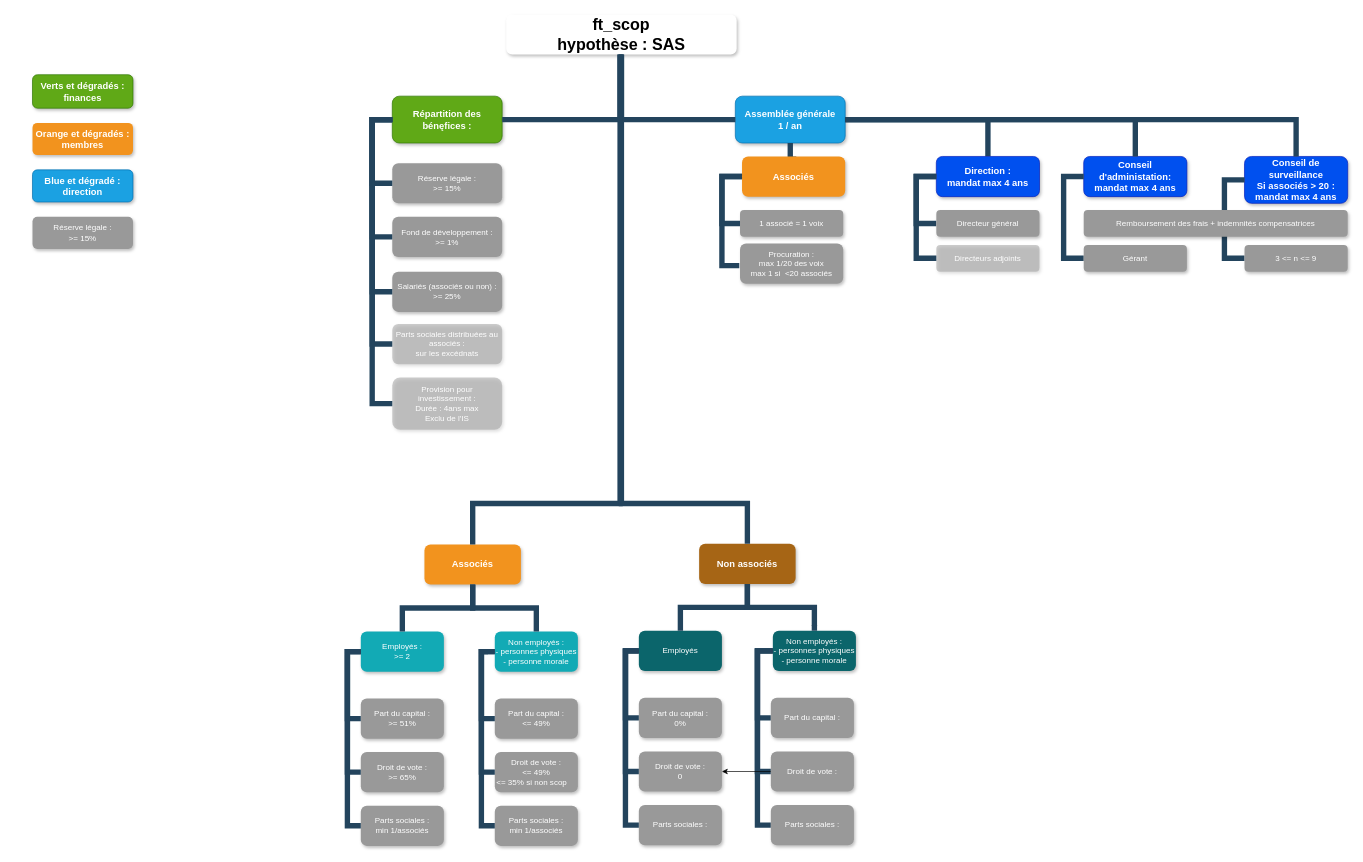
The draw.io diagram ft_scop.drawio in heblah/ft_scop, before the edit. Source tidied: cells renumbered, new cells numbered last; positions are measured from the earlier drawing's top-left corner, leaving out a move shared by most shapes. Both pictures are drawn from the tidied source at 67%, with x=0, y=0 at pixel (32, 14).
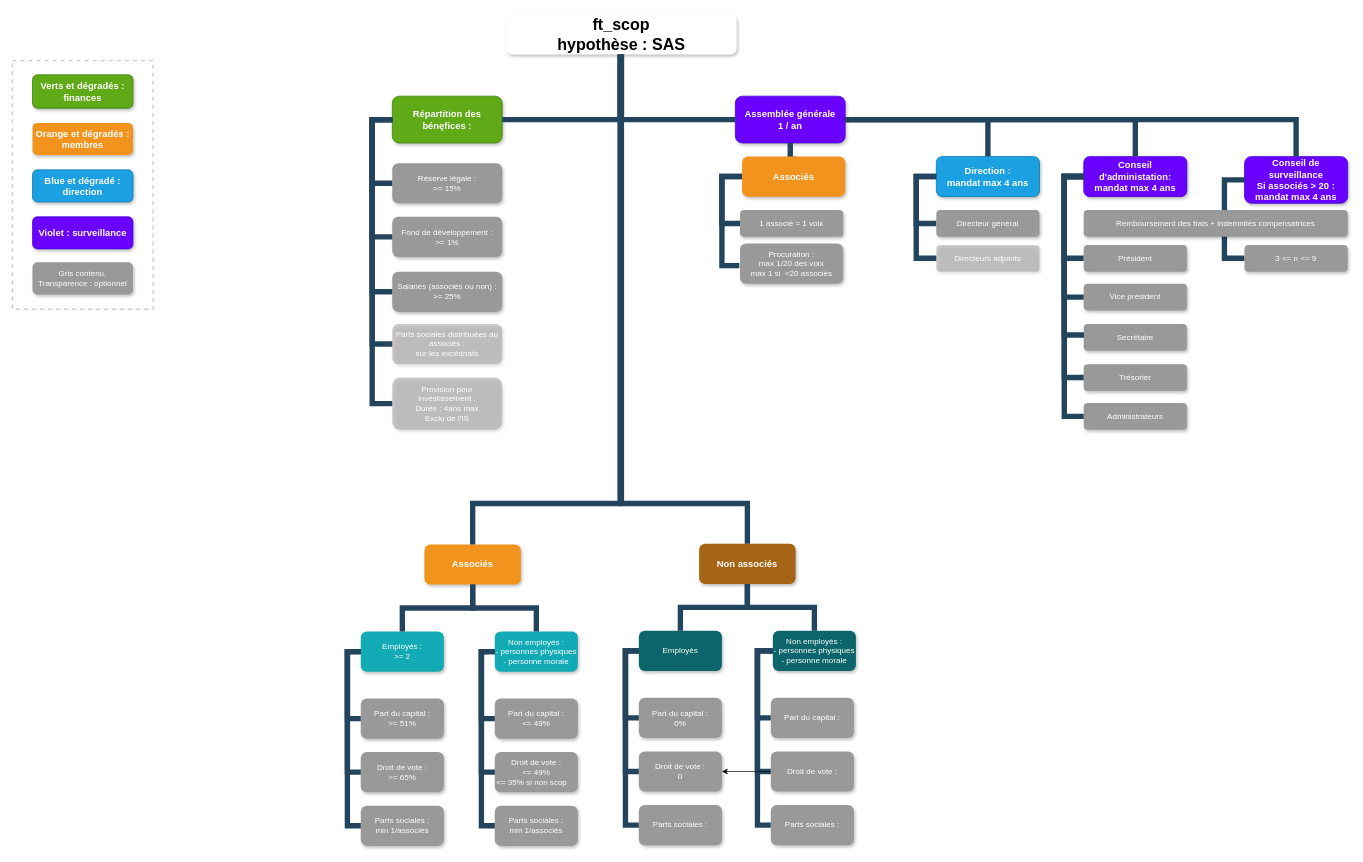
After the change.

The edit, as a diff of the source:
```diff
@@
-    <mxCell id="41" value="Assemblée générale&#10;1 / an" style="whiteSpace=wrap;rounded=1;fillColor=#1ba1e2;strokeColor=#006EAF;shadow=1;fontColor=#ffffff;fontStyle=1;fontSize=14;" parent="1" vertex="1">
+    <mxCell id="41" value="Assemblée générale&#10;1 / an" style="whiteSpace=wrap;rounded=1;fillColor=#6a00ff;strokeColor=#3700CC;shadow=1;fontColor=#ffffff;fontStyle=1;fontSize=14;" parent="1" vertex="1">
       <mxGeometry x="1049" y="122" width="164" height="70" as="geometry" />
     </mxCell>
@@
-    <mxCell id="50" value="Direction :&#10;mandat max 4 ans" style="whiteSpace=wrap;rounded=1;fillColor=#0050ef;strokeColor=#001DBC;shadow=1;fontColor=#ffffff;fontStyle=1;fontSize=14;" parent="1" vertex="1">
+    <mxCell id="50" value="Direction :&#10;mandat max 4 ans" style="whiteSpace=wrap;rounded=1;fillColor=#1ba1e2;strokeColor=#006EAF;shadow=1;fontColor=#ffffff;fontStyle=1;fontSize=14;" parent="1" vertex="1">
       <mxGeometry x="1349" y="212" width="154" height="60" as="geometry" />
     </mxCell>
@@
-    <mxCell id="53" value="Conseil d'administation:&#10;mandat max 4 ans" style="whiteSpace=wrap;rounded=1;fillColor=#0050ef;strokeColor=#001DBC;shadow=1;fontColor=#ffffff;fontStyle=1;fontSize=14;" parent="1" vertex="1">
+    <mxCell id="53" value="Conseil d'administation:&#10;mandat max 4 ans" style="whiteSpace=wrap;rounded=1;fillColor=#6a00ff;strokeColor=#3700CC;shadow=1;fontColor=#ffffff;fontStyle=1;fontSize=14;" parent="1" vertex="1">
       <mxGeometry x="1569" y="212" width="154" height="60" as="geometry" />
     </mxCell>
     <mxCell id="54" style="edgeStyle=elbowEdgeStyle;elbow=vertical;rounded=0;fontColor=#000000;endArrow=none;endFill=0;strokeWidth=8;strokeColor=#23445D;exitX=0;exitY=0.5;exitDx=0;exitDy=0;entryX=0;entryY=0.5;entryDx=0;entryDy=0;" parent="1" edge="1" source="53" target="55">
       <mxGeometry relative="1" as="geometry">
         <Array as="points">
-          <mxPoint x="1539" y="242" />
+          <mxPoint x="1540" y="300" />
           <mxPoint x="1463" y="285.5" />
           <mxPoint x="1443" y="325.5" />
           <mxPoint x="1583" y="378.5" />
         </Array>
       </mxGeometry>
     </mxCell>
-    <mxCell id="55" value="Gérant" style="whiteSpace=wrap;rounded=1;fillColor=#999999;strokeColor=none;shadow=1;fontColor=#FFFFFF;fontStyle=0;" parent="1" vertex="1">
+    <mxCell id="55" value="Président" style="whiteSpace=wrap;rounded=1;fillColor=#999999;strokeColor=none;shadow=1;fontColor=#FFFFFF;fontStyle=0;" parent="1" vertex="1">
       <mxGeometry x="1569" y="344" width="154" height="40" as="geometry" />
     </mxCell>
@@
-    <mxCell id="57" value="Conseil de surveillance&#10;Si associés &gt; 20 :&#10;mandat max 4 ans" style="whiteSpace=wrap;rounded=1;fillColor=#0050ef;strokeColor=#001DBC;shadow=1;fontColor=#ffffff;fontStyle=1;fontSize=14;" parent="1" vertex="1">
+    <mxCell id="57" value="Conseil de surveillance&#10;Si associés &gt; 20 :&#10;mandat max 4 ans" style="whiteSpace=wrap;rounded=1;fillColor=#6a00ff;strokeColor=#3700CC;shadow=1;fontColor=#ffffff;fontStyle=1;fontSize=14;" parent="1" vertex="1">
       <mxGeometry x="1809" y="212" width="154" height="70" as="geometry" />
     </mxCell>
@@
+    <mxCell id="80" style="rounded=0;whiteSpace=wrap;html=1;dashed=1;strokeWidth=2;strokeColor=#CCCCCC;fillColor=none;" parent="1" vertex="1">
+      <mxGeometry x="-30" y="69" width="210" height="371" as="geometry" />
+    </mxCell>
@@
-    <mxCell id="79" value="Réserve légale :&#10;&gt;= 15%" style="whiteSpace=wrap;rounded=1;fillColor=#999999;strokeColor=none;shadow=1;fontColor=#FFFFFF;fontStyle=0;" parent="1" vertex="1">
-      <mxGeometry y="302" width="150" height="48" as="geometry" />
+    <mxCell id="79" value="Gris contenu.&#10;Transparence : optionnel" style="whiteSpace=wrap;rounded=1;fillColor=#999999;strokeColor=none;shadow=1;fontColor=#FFFFFF;fontStyle=0;" parent="1" vertex="1">
+      <mxGeometry y="370" width="150" height="48" as="geometry" />
     </mxCell>
+    <mxCell id="81" value="Vice président" style="whiteSpace=wrap;rounded=1;fillColor=#999999;strokeColor=none;shadow=1;fontColor=#FFFFFF;fontStyle=0;" parent="1" vertex="1">
+      <mxGeometry x="1569" y="402" width="154" height="40" as="geometry" />
+    </mxCell>
+    <mxCell id="82" value="Secrétaire" style="whiteSpace=wrap;rounded=1;fillColor=#999999;strokeColor=none;shadow=1;fontColor=#FFFFFF;fontStyle=0;" parent="1" vertex="1">
+      <mxGeometry x="1569" y="462" width="154" height="40" as="geometry" />
+    </mxCell>
+    <mxCell id="83" value="Trésorier" style="whiteSpace=wrap;rounded=1;fillColor=#999999;strokeColor=none;shadow=1;fontColor=#FFFFFF;fontStyle=0;" parent="1" vertex="1">
+      <mxGeometry x="1569" y="522" width="154" height="40" as="geometry" />
+    </mxCell>
+    <mxCell id="84" value="Administrateurs" style="whiteSpace=wrap;rounded=1;fillColor=#999999;strokeColor=none;shadow=1;fontColor=#FFFFFF;fontStyle=0;" parent="1" vertex="1">
+      <mxGeometry x="1569" y="580" width="154" height="40" as="geometry" />
+    </mxCell>
+    <mxCell id="85" style="edgeStyle=elbowEdgeStyle;elbow=vertical;rounded=0;fontColor=#000000;endArrow=none;endFill=0;strokeWidth=8;strokeColor=#23445D;exitX=0;exitY=0.5;exitDx=0;exitDy=0;entryX=0;entryY=0.5;entryDx=0;entryDy=0;" parent="1" edge="1" source="53" target="81">
+      <mxGeometry relative="1" as="geometry">
+        <Array as="points">
+          <mxPoint x="1540" y="330" />
+          <mxPoint x="1530" y="330" />
+          <mxPoint x="1549" y="252" />
+          <mxPoint x="1473" y="295.5" />
+          <mxPoint x="1453" y="335.5" />
+          <mxPoint x="1593" y="388.5" />
+        </Array>
+      </mxGeometry>
+    </mxCell>
+    <mxCell id="86" style="edgeStyle=elbowEdgeStyle;elbow=vertical;rounded=0;fontColor=#000000;endArrow=none;endFill=0;strokeWidth=8;strokeColor=#23445D;exitX=0;exitY=0.5;exitDx=0;exitDy=0;entryX=0.002;entryY=0.414;entryDx=0;entryDy=0;entryPerimeter=0;" parent="1" edge="1" source="53" target="82">
+      <mxGeometry relative="1" as="geometry">
+        <Array as="points">
+          <mxPoint x="1540" y="360" />
+          <mxPoint x="1540" y="340" />
+          <mxPoint x="1559" y="262" />
+          <mxPoint x="1483" y="305.5" />
+          <mxPoint x="1463" y="345.5" />
+          <mxPoint x="1603" y="398.5" />
+        </Array>
+      </mxGeometry>
+    </mxCell>
+    <mxCell id="87" style="edgeStyle=elbowEdgeStyle;elbow=vertical;rounded=0;fontColor=#000000;endArrow=none;endFill=0;strokeWidth=8;strokeColor=#23445D;exitX=0;exitY=0.5;exitDx=0;exitDy=0;entryX=0;entryY=0.5;entryDx=0;entryDy=0;" parent="1" edge="1" source="53" target="83">
+      <mxGeometry relative="1" as="geometry">
+        <Array as="points">
+          <mxPoint x="1540" y="390" />
+          <mxPoint x="1550" y="350" />
+          <mxPoint x="1569" y="272" />
+          <mxPoint x="1493" y="315.5" />
+          <mxPoint x="1473" y="355.5" />
+          <mxPoint x="1613" y="408.5" />
+        </Array>
+      </mxGeometry>
+    </mxCell>
+    <mxCell id="88" style="edgeStyle=elbowEdgeStyle;elbow=vertical;rounded=0;fontColor=#000000;endArrow=none;endFill=0;strokeWidth=8;strokeColor=#23445D;exitX=0;exitY=0.5;exitDx=0;exitDy=0;entryX=0;entryY=0.5;entryDx=0;entryDy=0;" parent="1" edge="1" source="53" target="84">
+      <mxGeometry relative="1" as="geometry">
+        <Array as="points">
+          <mxPoint x="1540" y="420" />
+          <mxPoint x="1560" y="360" />
+          <mxPoint x="1579" y="282" />
+          <mxPoint x="1503" y="325.5" />
+          <mxPoint x="1483" y="365.5" />
+          <mxPoint x="1623" y="418.5" />
+        </Array>
+      </mxGeometry>
+    </mxCell>
+    <mxCell id="89" value="Violet : surveillance" style="whiteSpace=wrap;rounded=1;fillColor=#6a00ff;strokeColor=#3700CC;shadow=1;fontColor=#ffffff;fontStyle=1;fontSize=14;" parent="1" vertex="1">
+      <mxGeometry y="302" width="150" height="48" as="geometry" />
+    </mxCell>
```
